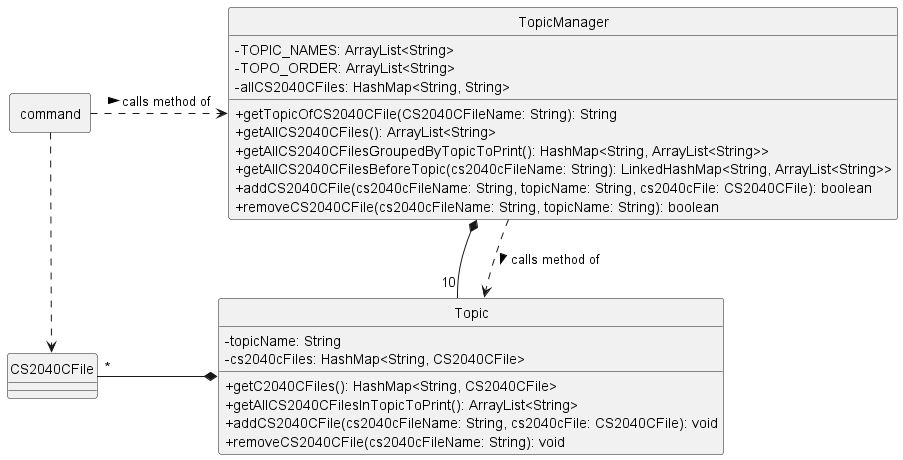
Before: docs/class-diagrams/diagrams/TopicManagerClass.png, a diagram exported from PlantUML (ong-ck/tp).
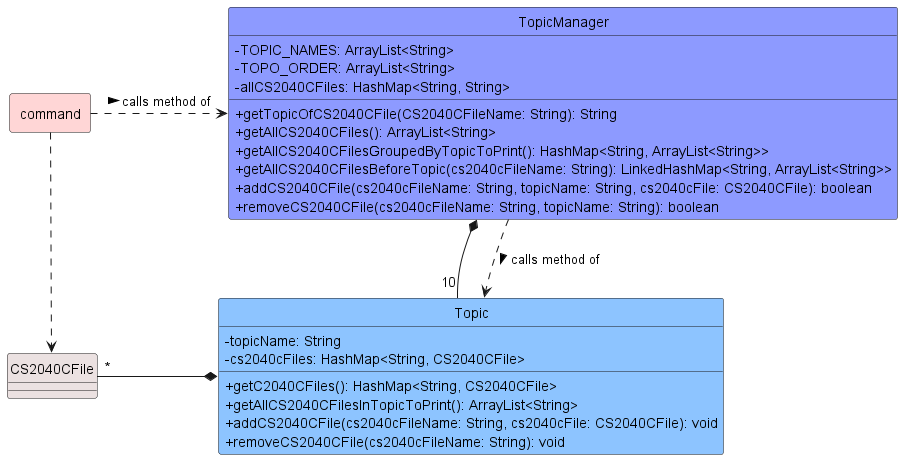
Later version of the same file.

The edit, as a diff of the source:
```diff
@@ -1,15 +1,16 @@
 @startuml
+!include ../../style.iuml
 skinparam classAttributeIconSize 0
 hide circle
 
 together {
-    package command <<rectangle>> {
+    package command <<rectangle>> Command_STYLE {
     }
-    class CS2040CFile {
+    class CS2040CFile CS2040CFile_STYLE {
     }
 }
 
-class TopicManager {
+class TopicManager TopicManager_STYLE {
     -TOPIC_NAMES: ArrayList<String>
     -TOPO_ORDER: ArrayList<String>
     -allCS2040CFiles: HashMap<String, String>
@@ -21,7 +22,7 @@
     +removeCS2040CFile(cs2040cFileName: String, topicName: String): boolean
 }
 
-class Topic {
+class Topic Topic_STYLE {
     -topicName: String
     -cs2040cFiles: HashMap<String, CS2040CFile>
     +getC2040CFiles(): HashMap<String, CS2040CFile>
```
